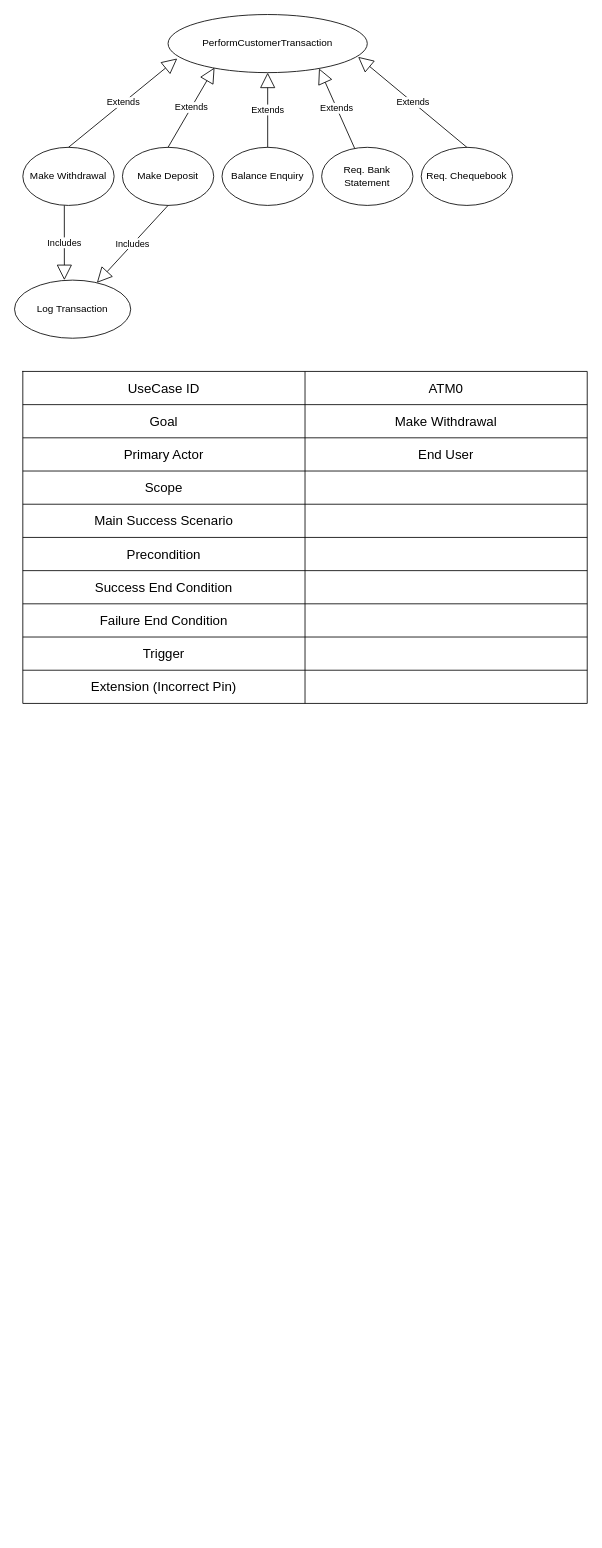
The draw.io diagram EE2010 Wk2 B.drawio in owenpmorgan/UML_diag_practice, before the edit. Source tidied: cells renumbered, new cells numbered last; positions are measured from the earlier drawing's top-left corner, leaving out a move shared by most shapes. Both pictures are drawn from the tidied source at 83%, with x=0, y=0 at pixel (14, 14).
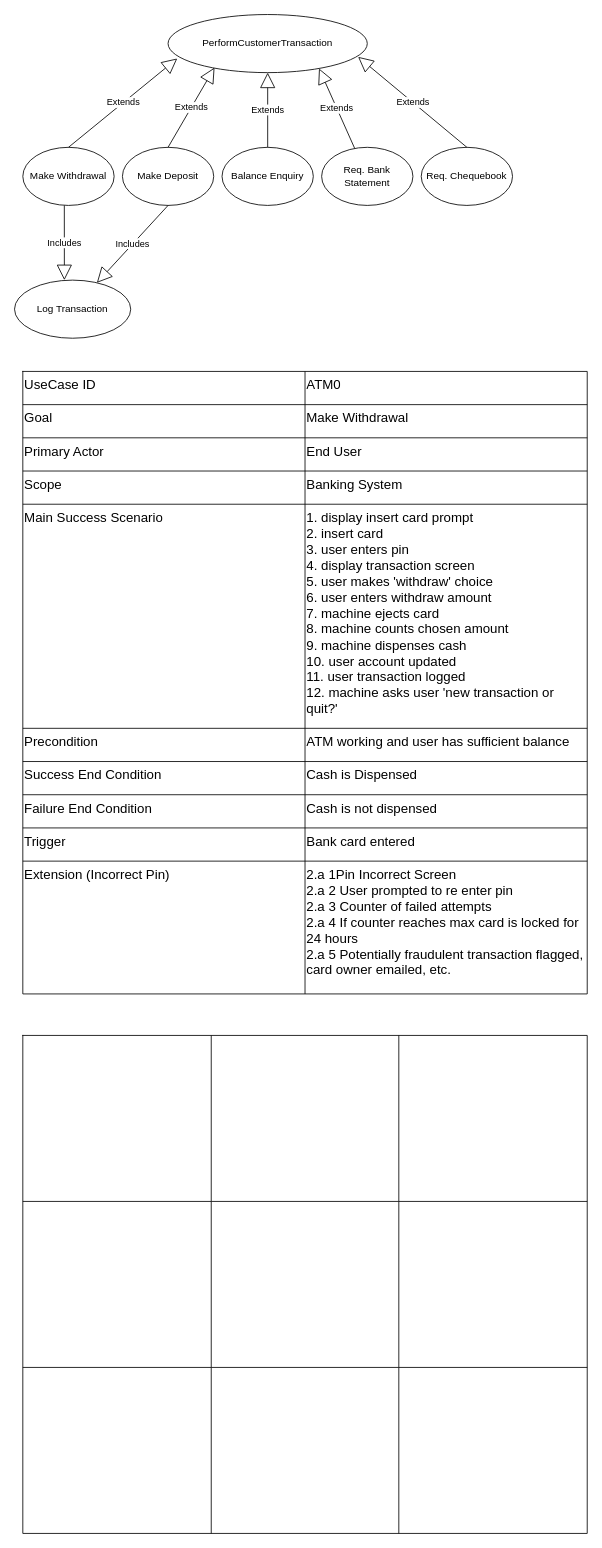
The same diagram, later.

The change refers to these unchanged cells:
```xml
<mxCell id="17" style="shape=tableRow;horizontal=0;startSize=0;swimlaneHead=0;swimlaneBody=0;strokeColor=inherit;top=0;left=0;bottom=0;right=0;fillColor=none;fontSize=16;" parent="16" vertex="1">
  <mxGeometry width="680" height="40" as="geometry" />
</mxCell>
<mxCell id="20" style="shape=tableRow;horizontal=0;startSize=0;swimlaneHead=0;swimlaneBody=0;strokeColor=inherit;top=0;left=0;bottom=0;right=0;fillColor=none;fontSize=16;" parent="16" vertex="1">
  <mxGeometry y="40" width="680" height="40" as="geometry" />
</mxCell>
<mxCell id="23" style="shape=tableRow;horizontal=0;startSize=0;swimlaneHead=0;swimlaneBody=0;strokeColor=inherit;top=0;left=0;bottom=0;right=0;fillColor=none;fontSize=16;" parent="16" vertex="1">
  <mxGeometry y="80" width="680" height="40" as="geometry" />
</mxCell>
<mxCell id="26" style="shape=tableRow;horizontal=0;startSize=0;swimlaneHead=0;swimlaneBody=0;strokeColor=inherit;top=0;left=0;bottom=0;right=0;fillColor=none;fontSize=16;" parent="16" vertex="1">
  <mxGeometry y="120" width="680" height="40" as="geometry" />
</mxCell>
```

Change to the diagram source:
```diff
@@
-    <mxCell id="16" style="shape=table;startSize=0;childLayout=tableLayout;fontSize=16;" parent="1" vertex="1">
-      <mxGeometry x="10" y="430" width="680" height="400" as="geometry" />
+    <mxCell id="16" style="shape=table;startSize=0;childLayout=tableLayout;fontSize=16;align=left;" parent="1" vertex="1">
+      <mxGeometry x="10" y="430" width="680" height="750" as="geometry" />
     </mxCell>
@@
-    <mxCell id="18" value="UseCase ID" style="shape=partialRectangle;html=1;whiteSpace=wrap;strokeColor=inherit;overflow=hidden;fillColor=none;top=0;left=0;bottom=0;right=0;fontSize=16;" parent="17" vertex="1">
+    <mxCell id="18" value="UseCase ID" style="shape=partialRectangle;html=1;whiteSpace=wrap;strokeColor=inherit;overflow=hidden;fillColor=none;top=0;left=0;bottom=0;right=0;fontSize=16;align=left;verticalAlign=top;" parent="17" vertex="1">
       <mxGeometry width="340" height="40" as="geometry" />
     </mxCell>
-    <mxCell id="19" value="ATM0" style="shape=partialRectangle;html=1;whiteSpace=wrap;strokeColor=inherit;overflow=hidden;fillColor=none;top=0;left=0;bottom=0;right=0;fontSize=16;" parent="17" vertex="1">
+    <mxCell id="19" value="ATM0" style="shape=partialRectangle;html=1;whiteSpace=wrap;strokeColor=inherit;overflow=hidden;fillColor=none;top=0;left=0;bottom=0;right=0;fontSize=16;align=left;verticalAlign=top;" parent="17" vertex="1">
       <mxGeometry x="340" width="340" height="40" as="geometry" />
     </mxCell>
@@
-    <mxCell id="21" value="Goal" style="shape=partialRectangle;html=1;whiteSpace=wrap;strokeColor=inherit;overflow=hidden;fillColor=none;top=0;left=0;bottom=0;right=0;fontSize=16;" parent="20" vertex="1">
+    <mxCell id="21" value="Goal" style="shape=partialRectangle;html=1;whiteSpace=wrap;strokeColor=inherit;overflow=hidden;fillColor=none;top=0;left=0;bottom=0;right=0;fontSize=16;align=left;verticalAlign=top;" parent="20" vertex="1">
       <mxGeometry width="340" height="40" as="geometry" />
     </mxCell>
-    <mxCell id="22" value="Make Withdrawal" style="shape=partialRectangle;html=1;whiteSpace=wrap;strokeColor=inherit;overflow=hidden;fillColor=none;top=0;left=0;bottom=0;right=0;fontSize=16;" parent="20" vertex="1">
+    <mxCell id="22" value="Make Withdrawal" style="shape=partialRectangle;html=1;whiteSpace=wrap;strokeColor=inherit;overflow=hidden;fillColor=none;top=0;left=0;bottom=0;right=0;fontSize=16;align=left;verticalAlign=top;" parent="20" vertex="1">
       <mxGeometry x="340" width="340" height="40" as="geometry" />
     </mxCell>
@@
-    <mxCell id="24" value="Primary Actor" style="shape=partialRectangle;html=1;whiteSpace=wrap;strokeColor=inherit;overflow=hidden;fillColor=none;top=0;left=0;bottom=0;right=0;fontSize=16;" parent="23" vertex="1">
+    <mxCell id="24" value="Primary Actor" style="shape=partialRectangle;html=1;whiteSpace=wrap;strokeColor=inherit;overflow=hidden;fillColor=none;top=0;left=0;bottom=0;right=0;fontSize=16;align=left;verticalAlign=top;" parent="23" vertex="1">
       <mxGeometry width="340" height="40" as="geometry" />
     </mxCell>
-    <mxCell id="25" value="End User" style="shape=partialRectangle;html=1;whiteSpace=wrap;strokeColor=inherit;overflow=hidden;fillColor=none;top=0;left=0;bottom=0;right=0;fontSize=16;" parent="23" vertex="1">
+    <mxCell id="25" value="End User" style="shape=partialRectangle;html=1;whiteSpace=wrap;strokeColor=inherit;overflow=hidden;fillColor=none;top=0;left=0;bottom=0;right=0;fontSize=16;align=left;verticalAlign=top;" parent="23" vertex="1">
       <mxGeometry x="340" width="340" height="40" as="geometry" />
     </mxCell>
@@
-    <mxCell id="27" value="Scope" style="shape=partialRectangle;html=1;whiteSpace=wrap;strokeColor=inherit;overflow=hidden;fillColor=none;top=0;left=0;bottom=0;right=0;fontSize=16;" parent="26" vertex="1">
+    <mxCell id="27" value="Scope" style="shape=partialRectangle;html=1;whiteSpace=wrap;strokeColor=inherit;overflow=hidden;fillColor=none;top=0;left=0;bottom=0;right=0;fontSize=16;align=left;verticalAlign=top;" parent="26" vertex="1">
       <mxGeometry width="340" height="40" as="geometry" />
     </mxCell>
-    <mxCell id="28" style="shape=partialRectangle;html=1;whiteSpace=wrap;strokeColor=inherit;overflow=hidden;fillColor=none;top=0;left=0;bottom=0;right=0;fontSize=16;" parent="26" vertex="1">
+    <mxCell id="28" value="Banking System" style="shape=partialRectangle;html=1;whiteSpace=wrap;strokeColor=inherit;overflow=hidden;fillColor=none;top=0;left=0;bottom=0;right=0;fontSize=16;align=left;verticalAlign=top;" parent="26" vertex="1">
       <mxGeometry x="340" width="340" height="40" as="geometry" />
     </mxCell>
     <mxCell id="29" style="shape=tableRow;horizontal=0;startSize=0;swimlaneHead=0;swimlaneBody=0;strokeColor=inherit;top=0;left=0;bottom=0;right=0;fillColor=none;fontSize=16;" parent="16" vertex="1">
-      <mxGeometry y="160" width="680" height="40" as="geometry" />
+      <mxGeometry y="160" width="680" height="270" as="geometry" />
     </mxCell>
-    <mxCell id="30" value="Main Success Scenario" style="shape=partialRectangle;html=1;whiteSpace=wrap;strokeColor=inherit;overflow=hidden;fillColor=none;top=0;left=0;bottom=0;right=0;fontSize=16;" parent="29" vertex="1">
-      <mxGeometry width="340" height="40" as="geometry" />
+    <mxCell id="30" value="Main Success Scenario" style="shape=partialRectangle;html=1;whiteSpace=wrap;strokeColor=inherit;overflow=hidden;fillColor=none;top=0;left=0;bottom=0;right=0;fontSize=16;align=left;verticalAlign=top;" parent="29" vertex="1">
+      <mxGeometry width="340" height="270" as="geometry" />
     </mxCell>
-    <mxCell id="31" style="shape=partialRectangle;html=1;whiteSpace=wrap;strokeColor=inherit;overflow=hidden;fillColor=none;top=0;left=0;bottom=0;right=0;fontSize=16;" parent="29" vertex="1">
-      <mxGeometry x="340" width="340" height="40" as="geometry" />
+    <mxCell id="31" value="&lt;div&gt;1. display insert card prompt&lt;/div&gt;2. insert card&lt;div&gt;3. user enters pin&lt;/div&gt;&lt;div&gt;4. display transaction screen&lt;/div&gt;&lt;div&gt;5. user makes 'withdraw' choice&lt;/div&gt;&lt;div&gt;6. user enters withdraw amount&lt;/div&gt;&lt;div&gt;7. machine ejects card&lt;/div&gt;&lt;div&gt;8. machine counts chosen amount&lt;/div&gt;&lt;div&gt;9. machine dispenses cash&lt;/div&gt;&lt;div&gt;10. user account updated&lt;/div&gt;&lt;div&gt;11. user transaction logged&lt;/div&gt;&lt;div&gt;12. machine asks user 'new transaction or quit?'&lt;/div&gt;" style="shape=partialRectangle;html=1;whiteSpace=wrap;strokeColor=inherit;overflow=hidden;fillColor=none;top=0;left=0;bottom=0;right=0;fontSize=16;align=left;verticalAlign=top;" parent="29" vertex="1">
+      <mxGeometry x="340" width="340" height="270" as="geometry" />
     </mxCell>
     <mxCell id="32" style="shape=tableRow;horizontal=0;startSize=0;swimlaneHead=0;swimlaneBody=0;strokeColor=inherit;top=0;left=0;bottom=0;right=0;fillColor=none;fontSize=16;" parent="16" vertex="1">
-      <mxGeometry y="200" width="680" height="40" as="geometry" />
+      <mxGeometry y="430" width="680" height="40" as="geometry" />
     </mxCell>
-    <mxCell id="33" value="Precondition" style="shape=partialRectangle;html=1;whiteSpace=wrap;strokeColor=inherit;overflow=hidden;fillColor=none;top=0;left=0;bottom=0;right=0;fontSize=16;" parent="32" vertex="1">
+    <mxCell id="33" value="Precondition" style="shape=partialRectangle;html=1;whiteSpace=wrap;strokeColor=inherit;overflow=hidden;fillColor=none;top=0;left=0;bottom=0;right=0;fontSize=16;align=left;verticalAlign=top;" parent="32" vertex="1">
       <mxGeometry width="340" height="40" as="geometry" />
     </mxCell>
-    <mxCell id="34" style="shape=partialRectangle;html=1;whiteSpace=wrap;strokeColor=inherit;overflow=hidden;fillColor=none;top=0;left=0;bottom=0;right=0;fontSize=16;" parent="32" vertex="1">
+    <mxCell id="34" value="ATM working and user has sufficient balance" style="shape=partialRectangle;html=1;whiteSpace=wrap;strokeColor=inherit;overflow=hidden;fillColor=none;top=0;left=0;bottom=0;right=0;fontSize=16;align=left;verticalAlign=top;" parent="32" vertex="1">
       <mxGeometry x="340" width="340" height="40" as="geometry" />
     </mxCell>
     <mxCell id="35" style="shape=tableRow;horizontal=0;startSize=0;swimlaneHead=0;swimlaneBody=0;strokeColor=inherit;top=0;left=0;bottom=0;right=0;fillColor=none;fontSize=16;" parent="16" vertex="1">
-      <mxGeometry y="240" width="680" height="40" as="geometry" />
+      <mxGeometry y="470" width="680" height="40" as="geometry" />
     </mxCell>
-    <mxCell id="36" value="Success End Condition" style="shape=partialRectangle;html=1;whiteSpace=wrap;strokeColor=inherit;overflow=hidden;fillColor=none;top=0;left=0;bottom=0;right=0;fontSize=16;" parent="35" vertex="1">
+    <mxCell id="36" value="Success End Condition" style="shape=partialRectangle;html=1;whiteSpace=wrap;strokeColor=inherit;overflow=hidden;fillColor=none;top=0;left=0;bottom=0;right=0;fontSize=16;align=left;verticalAlign=top;" parent="35" vertex="1">
       <mxGeometry width="340" height="40" as="geometry" />
     </mxCell>
-    <mxCell id="37" style="shape=partialRectangle;html=1;whiteSpace=wrap;strokeColor=inherit;overflow=hidden;fillColor=none;top=0;left=0;bottom=0;right=0;fontSize=16;" parent="35" vertex="1">
+    <mxCell id="37" value="Cash is Dispensed" style="shape=partialRectangle;html=1;whiteSpace=wrap;strokeColor=inherit;overflow=hidden;fillColor=none;top=0;left=0;bottom=0;right=0;fontSize=16;align=left;verticalAlign=top;" parent="35" vertex="1">
       <mxGeometry x="340" width="340" height="40" as="geometry" />
     </mxCell>
     <mxCell id="38" style="shape=tableRow;horizontal=0;startSize=0;swimlaneHead=0;swimlaneBody=0;strokeColor=inherit;top=0;left=0;bottom=0;right=0;fillColor=none;fontSize=16;" parent="16" vertex="1">
-      <mxGeometry y="280" width="680" height="40" as="geometry" />
+      <mxGeometry y="510" width="680" height="40" as="geometry" />
     </mxCell>
-    <mxCell id="39" value="Failure End Condition" style="shape=partialRectangle;html=1;whiteSpace=wrap;strokeColor=inherit;overflow=hidden;fillColor=none;top=0;left=0;bottom=0;right=0;fontSize=16;" parent="38" vertex="1">
+    <mxCell id="39" value="Failure End Condition" style="shape=partialRectangle;html=1;whiteSpace=wrap;strokeColor=inherit;overflow=hidden;fillColor=none;top=0;left=0;bottom=0;right=0;fontSize=16;align=left;verticalAlign=top;" parent="38" vertex="1">
       <mxGeometry width="340" height="40" as="geometry" />
     </mxCell>
-    <mxCell id="40" style="shape=partialRectangle;html=1;whiteSpace=wrap;strokeColor=inherit;overflow=hidden;fillColor=none;top=0;left=0;bottom=0;right=0;fontSize=16;" parent="38" vertex="1">
+    <mxCell id="40" value="Cash is not dispensed" style="shape=partialRectangle;html=1;whiteSpace=wrap;strokeColor=inherit;overflow=hidden;fillColor=none;top=0;left=0;bottom=0;right=0;fontSize=16;align=left;verticalAlign=top;" parent="38" vertex="1">
       <mxGeometry x="340" width="340" height="40" as="geometry" />
     </mxCell>
     <mxCell id="41" style="shape=tableRow;horizontal=0;startSize=0;swimlaneHead=0;swimlaneBody=0;strokeColor=inherit;top=0;left=0;bottom=0;right=0;fillColor=none;fontSize=16;" parent="16" vertex="1">
-      <mxGeometry y="320" width="680" height="40" as="geometry" />
+      <mxGeometry y="550" width="680" height="40" as="geometry" />
     </mxCell>
-    <mxCell id="42" value="Trigger" style="shape=partialRectangle;html=1;whiteSpace=wrap;strokeColor=inherit;overflow=hidden;fillColor=none;top=0;left=0;bottom=0;right=0;fontSize=16;" parent="41" vertex="1">
+    <mxCell id="42" value="Trigger" style="shape=partialRectangle;html=1;whiteSpace=wrap;strokeColor=inherit;overflow=hidden;fillColor=none;top=0;left=0;bottom=0;right=0;fontSize=16;align=left;verticalAlign=top;" parent="41" vertex="1">
       <mxGeometry width="340" height="40" as="geometry" />
     </mxCell>
-    <mxCell id="43" style="shape=partialRectangle;html=1;whiteSpace=wrap;strokeColor=inherit;overflow=hidden;fillColor=none;top=0;left=0;bottom=0;right=0;fontSize=16;" parent="41" vertex="1">
+    <mxCell id="43" value="Bank card entered" style="shape=partialRectangle;html=1;whiteSpace=wrap;strokeColor=inherit;overflow=hidden;fillColor=none;top=0;left=0;bottom=0;right=0;fontSize=16;align=left;verticalAlign=top;" parent="41" vertex="1">
       <mxGeometry x="340" width="340" height="40" as="geometry" />
     </mxCell>
     <mxCell id="44" style="shape=tableRow;horizontal=0;startSize=0;swimlaneHead=0;swimlaneBody=0;strokeColor=inherit;top=0;left=0;bottom=0;right=0;fillColor=none;fontSize=16;" parent="16" vertex="1">
-      <mxGeometry y="360" width="680" height="40" as="geometry" />
+      <mxGeometry y="590" width="680" height="160" as="geometry" />
     </mxCell>
-    <mxCell id="45" value="Extension (Incorrect Pin)" style="shape=partialRectangle;html=1;whiteSpace=wrap;strokeColor=inherit;overflow=hidden;fillColor=none;top=0;left=0;bottom=0;right=0;fontSize=16;" parent="44" vertex="1">
-      <mxGeometry width="340" height="40" as="geometry" />
+    <mxCell id="45" value="Extension (Incorrect Pin)" style="shape=partialRectangle;html=1;whiteSpace=wrap;strokeColor=inherit;overflow=hidden;fillColor=none;top=0;left=0;bottom=0;right=0;fontSize=16;align=left;verticalAlign=top;" parent="44" vertex="1">
+      <mxGeometry width="340" height="160" as="geometry" />
     </mxCell>
-    <mxCell id="46" style="shape=partialRectangle;html=1;whiteSpace=wrap;strokeColor=inherit;overflow=hidden;fillColor=none;top=0;left=0;bottom=0;right=0;fontSize=16;" parent="44" vertex="1">
-      <mxGeometry x="340" width="340" height="40" as="geometry" />
+    <mxCell id="46" value="2.a 1Pin Incorrect Screen&lt;div&gt;2.a 2 User prompted to re enter pin&lt;/div&gt;&lt;div&gt;2.a 3 Counter of failed attempts&lt;/div&gt;&lt;div&gt;2.a 4 If counter reaches max card is locked for 24 hours&lt;/div&gt;&lt;div&gt;2.a 5 Potentially fraudulent transaction flagged, card owner emailed, etc.&lt;/div&gt;" style="shape=partialRectangle;html=1;whiteSpace=wrap;strokeColor=inherit;overflow=hidden;fillColor=none;top=0;left=0;bottom=0;right=0;fontSize=16;align=left;verticalAlign=top;" parent="44" vertex="1">
+      <mxGeometry x="340" width="340" height="160" as="geometry" />
     </mxCell>
+    <mxCell id="47" style="shape=table;startSize=0;childLayout=tableLayout;fontSize=16;" parent="1" vertex="1">
+      <mxGeometry x="10" y="1230" width="680" height="600" as="geometry" />
+    </mxCell>
+    <mxCell id="48" style="shape=tableRow;horizontal=0;startSize=0;swimlaneHead=0;swimlaneBody=0;strokeColor=inherit;top=0;left=0;bottom=0;right=0;fillColor=none;fontSize=16;" parent="47" vertex="1">
+      <mxGeometry width="680" height="200" as="geometry" />
+    </mxCell>
+    <mxCell id="49" style="shape=partialRectangle;html=1;whiteSpace=wrap;strokeColor=inherit;overflow=hidden;fillColor=none;top=0;left=0;bottom=0;right=0;fontSize=16;" parent="48" vertex="1">
+      <mxGeometry width="227" height="200" as="geometry" />
+    </mxCell>
+    <mxCell id="50" style="shape=partialRectangle;html=1;whiteSpace=wrap;strokeColor=inherit;overflow=hidden;fillColor=none;top=0;left=0;bottom=0;right=0;fontSize=16;" parent="48" vertex="1">
+      <mxGeometry x="227" width="226" height="200" as="geometry" />
+    </mxCell>
+    <mxCell id="51" style="shape=partialRectangle;html=1;whiteSpace=wrap;strokeColor=inherit;overflow=hidden;fillColor=none;top=0;left=0;bottom=0;right=0;fontSize=16;" parent="48" vertex="1">
+      <mxGeometry x="453" width="227" height="200" as="geometry" />
+    </mxCell>
+    <mxCell id="52" style="shape=tableRow;horizontal=0;startSize=0;swimlaneHead=0;swimlaneBody=0;strokeColor=inherit;top=0;left=0;bottom=0;right=0;fillColor=none;fontSize=16;" parent="47" vertex="1">
+      <mxGeometry y="200" width="680" height="200" as="geometry" />
+    </mxCell>
+    <mxCell id="53" style="shape=partialRectangle;html=1;whiteSpace=wrap;strokeColor=inherit;overflow=hidden;fillColor=none;top=0;left=0;bottom=0;right=0;fontSize=16;" parent="52" vertex="1">
+      <mxGeometry width="227" height="200" as="geometry" />
+    </mxCell>
+    <mxCell id="54" style="shape=partialRectangle;html=1;whiteSpace=wrap;strokeColor=inherit;overflow=hidden;fillColor=none;top=0;left=0;bottom=0;right=0;fontSize=16;" parent="52" vertex="1">
+      <mxGeometry x="227" width="226" height="200" as="geometry" />
+    </mxCell>
+    <mxCell id="55" style="shape=partialRectangle;html=1;whiteSpace=wrap;strokeColor=inherit;overflow=hidden;fillColor=none;top=0;left=0;bottom=0;right=0;fontSize=16;" parent="52" vertex="1">
+      <mxGeometry x="453" width="227" height="200" as="geometry" />
+    </mxCell>
+    <mxCell id="56" style="shape=tableRow;horizontal=0;startSize=0;swimlaneHead=0;swimlaneBody=0;strokeColor=inherit;top=0;left=0;bottom=0;right=0;fillColor=none;fontSize=16;" parent="47" vertex="1">
+      <mxGeometry y="400" width="680" height="200" as="geometry" />
+    </mxCell>
+    <mxCell id="57" style="shape=partialRectangle;html=1;whiteSpace=wrap;strokeColor=inherit;overflow=hidden;fillColor=none;top=0;left=0;bottom=0;right=0;fontSize=16;" parent="56" vertex="1">
+      <mxGeometry width="227" height="200" as="geometry" />
+    </mxCell>
+    <mxCell id="58" style="shape=partialRectangle;html=1;whiteSpace=wrap;strokeColor=inherit;overflow=hidden;fillColor=none;top=0;left=0;bottom=0;right=0;fontSize=16;" parent="56" vertex="1">
+      <mxGeometry x="227" width="226" height="200" as="geometry" />
+    </mxCell>
+    <mxCell id="59" style="shape=partialRectangle;html=1;whiteSpace=wrap;strokeColor=inherit;overflow=hidden;fillColor=none;top=0;left=0;bottom=0;right=0;fontSize=16;" parent="56" vertex="1">
+      <mxGeometry x="453" width="227" height="200" as="geometry" />
+    </mxCell>
```
